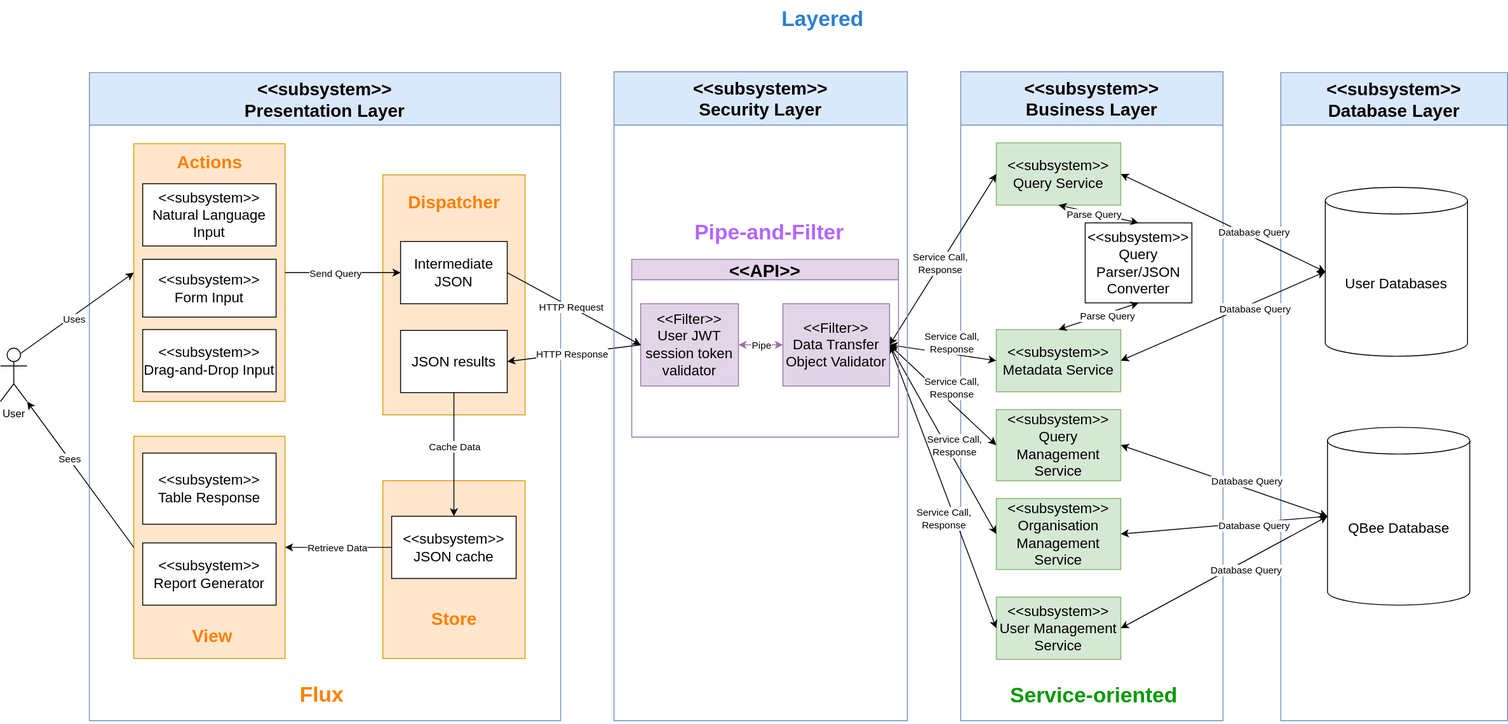
This is query-builder-docs/static/img/QBeeFinalArchitecturalDiagram.svg from COS301-SE-2024/Query-Builder, a draw.io export, as it was before one commit. Source tidied: cells renumbered, new cells last; positions are measured from the earlier drawing's top-left corner, leaving out a move shared by most shapes.
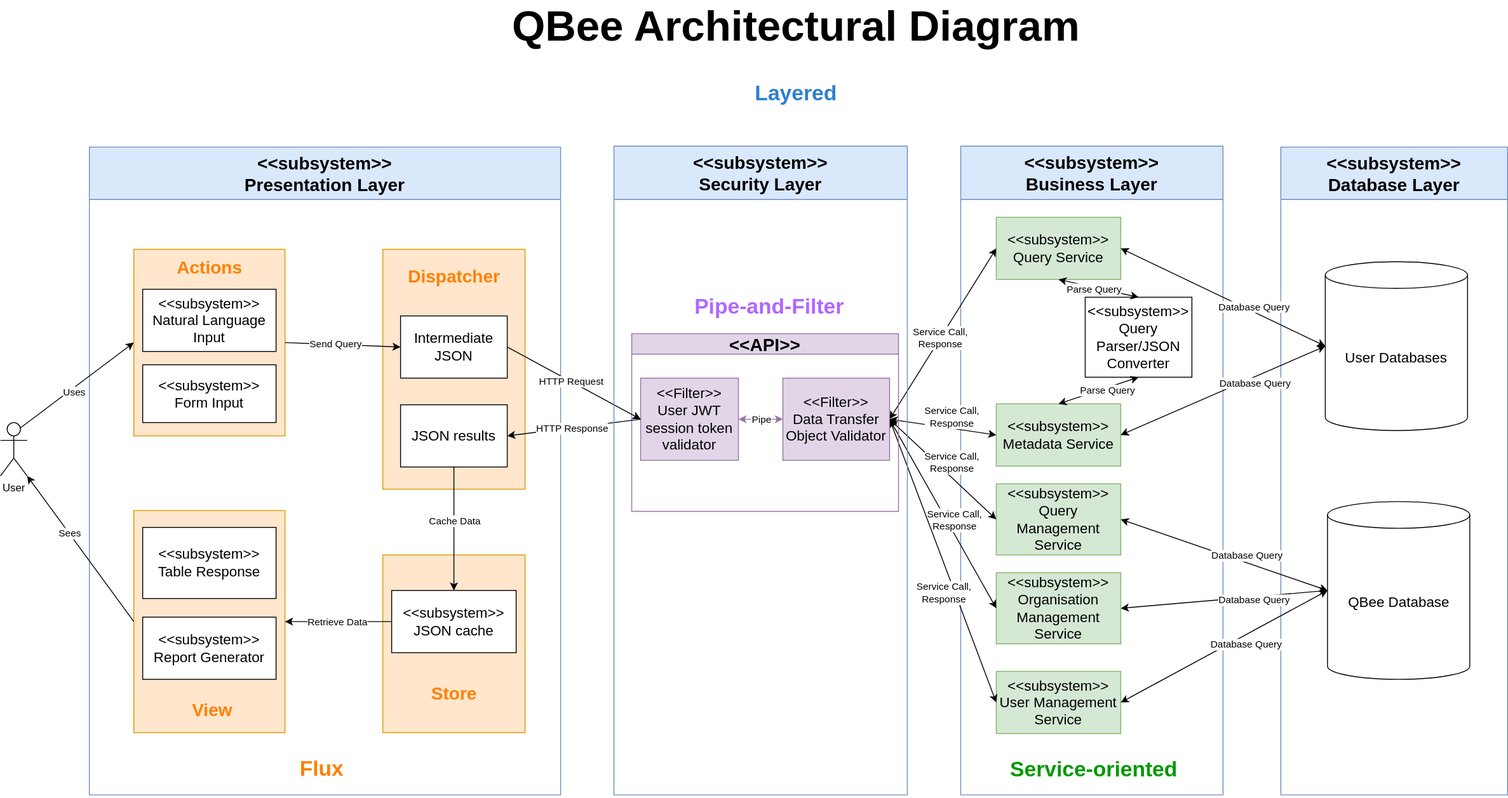
The same diagram one commit later.

The edit, as a diff of the source:
```diff
@@ -24,17 +24,14 @@
       <mxGeometry x="60" y="529" width="150" height="70" as="geometry" />
     </mxCell>
     <mxCell id="9" style="whiteSpace=wrap;html=1;fillColor=#ffe6cc;strokeColor=#d79b00;rounded=0;" parent="2" vertex="1">
-      <mxGeometry x="50" y="80" width="170" height="290" as="geometry" />
+      <mxGeometry x="50" y="115" width="170" height="210" as="geometry" />
     </mxCell>
     <mxCell id="10" value="&lt;font style=&quot;font-size: 16px;&quot;&gt;&amp;lt;&amp;lt;subsystem&amp;gt;&amp;gt; Natural Language Input&lt;/font&gt;" style="rounded=0;whiteSpace=wrap;html=1;" parent="2" vertex="1">
-      <mxGeometry x="60" y="125" width="150" height="70" as="geometry" />
+      <mxGeometry x="60" y="160" width="150" height="70" as="geometry" />
     </mxCell>
     <mxCell id="11" value="&lt;font style=&quot;font-size: 16px;&quot;&gt;&amp;lt;&amp;lt;subsystem&amp;gt;&amp;gt; Form Input&lt;/font&gt;" style="rounded=0;whiteSpace=wrap;html=1;" parent="2" vertex="1">
-      <mxGeometry x="60" y="210" width="150" height="65" as="geometry" />
+      <mxGeometry x="60" y="245" width="150" height="65" as="geometry" />
     </mxCell>
-    <mxCell id="12" value="&lt;font style=&quot;font-size: 16px;&quot;&gt;&amp;lt;&amp;lt;subsystem&amp;gt;&amp;gt; Drag-and-Drop Input&lt;/font&gt;" style="rounded=0;whiteSpace=wrap;html=1;" parent="2" vertex="1">
-      <mxGeometry x="60" y="289" width="150" height="70" as="geometry" />
-    </mxCell>
     <mxCell id="13" value="&lt;font size=&quot;1&quot; color=&quot;#ff8000&quot;&gt;&lt;b style=&quot;font-size: 20px;&quot;&gt;Store&lt;/b&gt;&lt;/font&gt;" style="text;html=1;align=center;verticalAlign=middle;whiteSpace=wrap;rounded=0;" parent="2" vertex="1">
       <mxGeometry x="342.5" y="599" width="135" height="30" as="geometry" />
     </mxCell>
@@ -56,7 +53,7 @@
       <mxGeometry x="342.5" y="130" width="135" height="30" as="geometry" />
     </mxCell>
     <mxCell id="19" value="&lt;font size=&quot;1&quot; color=&quot;#ff8000&quot;&gt;&lt;b style=&quot;font-size: 20px;&quot;&gt;Actions&lt;/b&gt;&lt;/font&gt;" style="text;html=1;align=center;verticalAlign=middle;whiteSpace=wrap;rounded=0;" parent="2" vertex="1">
-      <mxGeometry x="67.5" y="85" width="135" height="30" as="geometry" />
+      <mxGeometry x="67.5" y="120" width="135" height="30" as="geometry" />
     </mxCell>
     <mxCell id="20" style="endArrow=classic;html=1;rounded=0;entryX=0.5;entryY=0;entryDx=0;entryDy=0;exitX=0.5;exitY=1;exitDx=0;exitDy=0;" parent="2" edge="1" source="15" target="22">
       <mxGeometry relative="1" as="geometry" />
@@ -181,7 +178,7 @@
       <mxGeometry x="52.5" y="399" width="160" height="200" as="geometry" />
     </mxCell>
     <mxCell id="56" value="&lt;h1 style=&quot;text-align: justify; margin-top: 0px;&quot;&gt;&lt;font style=&quot;font-size: 24px;&quot;&gt;Layered&lt;/font&gt;&lt;/h1&gt;" style="text;html=1;whiteSpace=wrap;overflow=hidden;rounded=0;fontColor=#2D7FD1;align=center;" parent="1" vertex="1">
-      <mxGeometry x="850" width="150" height="41" as="geometry" />
+      <mxGeometry x="820" width="150" height="41" as="geometry" />
     </mxCell>
     <mxCell id="57" style="endArrow=classic;html=1;rounded=0;entryX=0;entryY=0.5;entryDx=0;entryDy=0;exitX=1;exitY=0.5;exitDx=0;exitDy=0;entryPerimeter=0;startArrow=classic;startFill=1;endFill=1;" parent="1" edge="1" source="27" target="54">
       <mxGeometry relative="1" as="geometry" />
@@ -262,5 +259,8 @@
         <mxPoint x="12" y="2" as="offset" />
       </mxGeometry>
     </mxCell>
+    <mxCell id="78" value="&lt;b&gt;&lt;font style=&quot;font-size: 48px;&quot;&gt;QBee Architectural Diagram&lt;/font&gt;&lt;/b&gt;" style="text;html=1;align=center;verticalAlign=middle;whiteSpace=wrap;rounded=0;" parent="1" vertex="1">
+      <mxGeometry x="540" y="-70" width="710" height="30" as="geometry" />
+    </mxCell>
   </root>
 </mxGraphModel>
```
